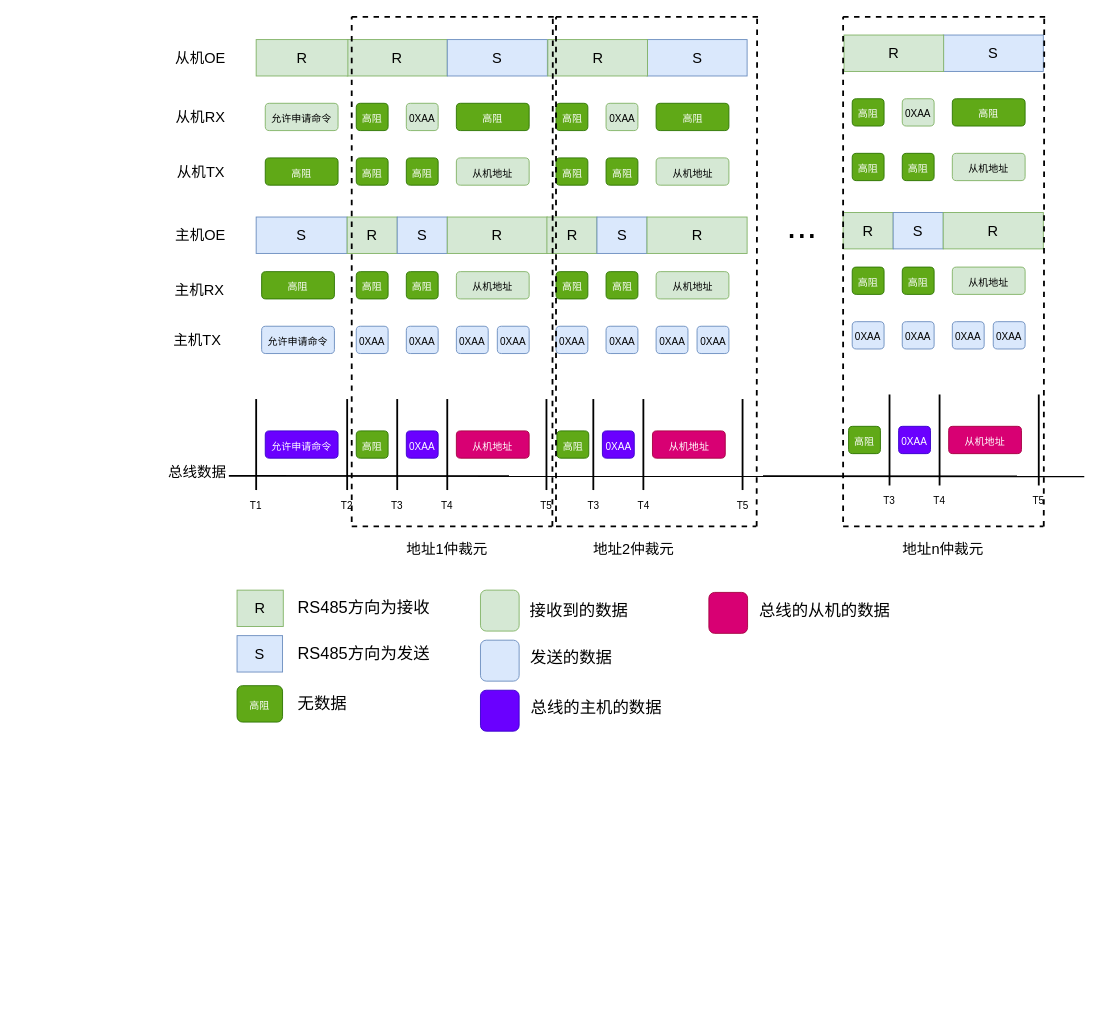
zzqpower/My-Repository keeps this draw.io diagram as Untitled Diagram.drawio. Above is the earlier version. Source tidied: cells renumbered, new cells numbered last; positions are measured from the earlier drawing's top-left corner, leaving out a move shared by most shapes. Both pictures are drawn from the tidied source at 91%, with x=0, y=0 at pixel (158, 16).
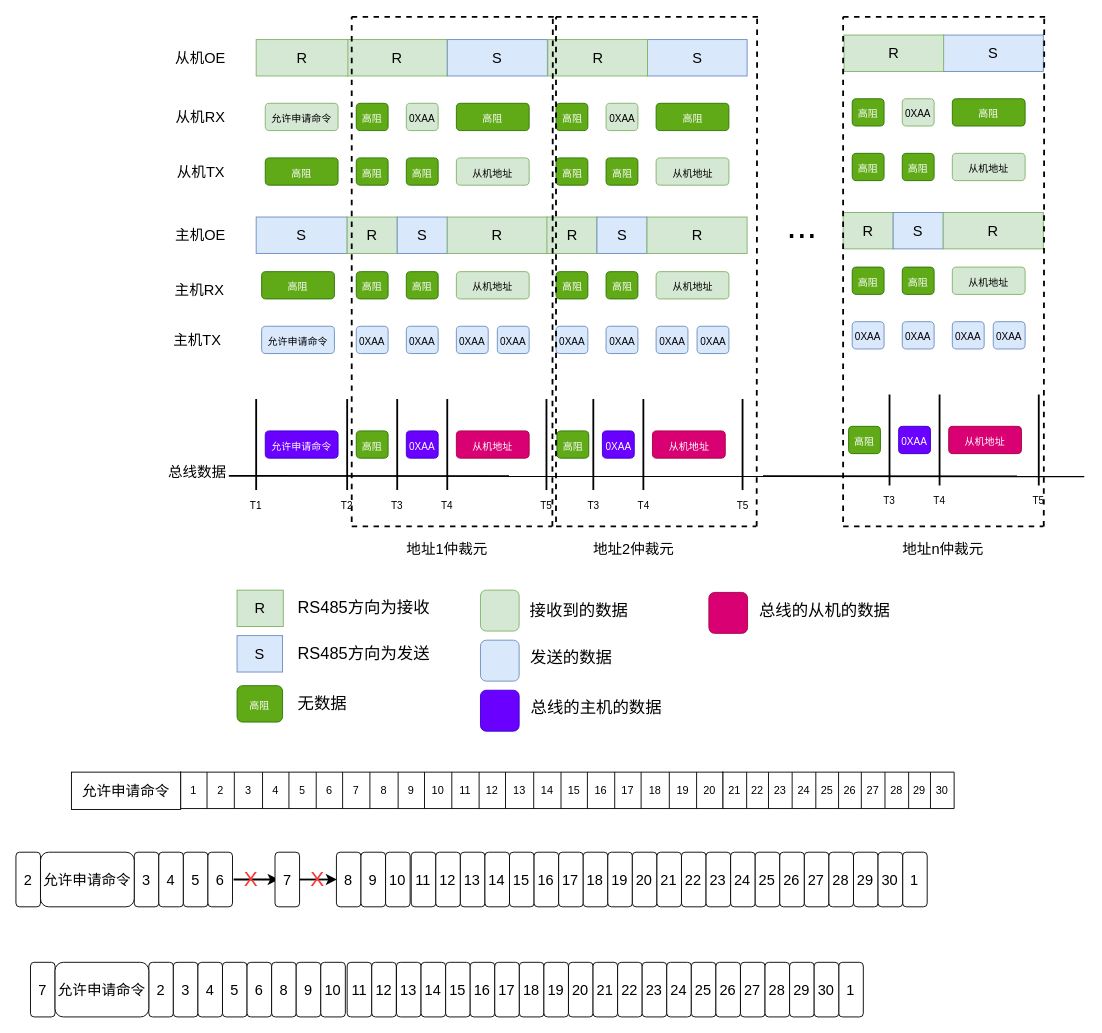
The same page after the edit.

What changed in the source:
```diff
@@
+    <mxCell id="132" value="1" style="rounded=1;whiteSpace=wrap;html=1;fontSize=16;" parent="1" vertex="1">
+      <mxGeometry x="817.4" y="918" width="27" height="60" as="geometry" />
+    </mxCell>
+    <mxCell id="133" value="2" style="rounded=1;whiteSpace=wrap;html=1;fontSize=16;" parent="1" vertex="1">
+      <mxGeometry x="-157" y="918" width="27" height="60" as="geometry" />
+    </mxCell>
+    <mxCell id="134" style="shape=table;html=1;whiteSpace=wrap;startSize=0;childLayout=tableLayout;" parent="1" vertex="1">
+      <mxGeometry x="24" y="830" width="596" height="40" as="geometry" />
+    </mxCell>
+    <mxCell id="135" style="shape=partialRectangle;html=1;whiteSpace=wrap;fillColor=none;top=0;left=0;bottom=0;right=0;" parent="134" vertex="1">
+      <mxGeometry width="596" height="40" as="geometry" />
+    </mxCell>
+    <mxCell id="136" value="1" style="shape=partialRectangle;html=1;whiteSpace=wrap;overflow=hidden;fillColor=none;top=0;left=0;bottom=0;right=0;" parent="135" vertex="1">
+      <mxGeometry width="29" height="40" as="geometry" />
+    </mxCell>
+    <mxCell id="137" value="2" style="shape=partialRectangle;html=1;whiteSpace=wrap;overflow=hidden;fillColor=none;top=0;left=0;bottom=0;right=0;" parent="135" vertex="1">
+      <mxGeometry x="29" width="30" height="40" as="geometry" />
+    </mxCell>
+    <mxCell id="138" value="3" style="shape=partialRectangle;html=1;whiteSpace=wrap;overflow=hidden;fillColor=none;top=0;left=0;bottom=0;right=0;" parent="135" vertex="1">
+      <mxGeometry x="59" width="31" height="40" as="geometry" />
+    </mxCell>
+    <mxCell id="139" value="4" style="shape=partialRectangle;html=1;whiteSpace=wrap;overflow=hidden;fillColor=none;top=0;left=0;bottom=0;right=0;" parent="135" vertex="1">
+      <mxGeometry x="90" width="29" height="40" as="geometry" />
+    </mxCell>
+    <mxCell id="140" value="5" style="shape=partialRectangle;html=1;whiteSpace=wrap;overflow=hidden;fillColor=none;top=0;left=0;bottom=0;right=0;" parent="135" vertex="1">
+      <mxGeometry x="119" width="30" height="40" as="geometry" />
+    </mxCell>
+    <mxCell id="141" value="6" style="shape=partialRectangle;html=1;whiteSpace=wrap;overflow=hidden;fillColor=none;top=0;left=0;bottom=0;right=0;" parent="135" vertex="1">
+      <mxGeometry x="149" width="29" height="40" as="geometry" />
+    </mxCell>
+    <mxCell id="142" value="7" style="shape=partialRectangle;html=1;whiteSpace=wrap;overflow=hidden;fillColor=none;top=0;left=0;bottom=0;right=0;" parent="135" vertex="1">
+      <mxGeometry x="178" width="30" height="40" as="geometry" />
+    </mxCell>
+    <mxCell id="143" value="8" style="shape=partialRectangle;html=1;whiteSpace=wrap;overflow=hidden;fillColor=none;top=0;left=0;bottom=0;right=0;" parent="135" vertex="1">
+      <mxGeometry x="208" width="31" height="40" as="geometry" />
+    </mxCell>
+    <mxCell id="144" value="9" style="shape=partialRectangle;html=1;whiteSpace=wrap;overflow=hidden;fillColor=none;top=0;left=0;bottom=0;right=0;" parent="135" vertex="1">
+      <mxGeometry x="239" width="29" height="40" as="geometry" />
+    </mxCell>
+    <mxCell id="145" value="10" style="shape=partialRectangle;html=1;whiteSpace=wrap;overflow=hidden;fillColor=none;top=0;left=0;bottom=0;right=0;" parent="135" vertex="1">
+      <mxGeometry x="268" width="30" height="40" as="geometry" />
+    </mxCell>
+    <mxCell id="146" value="11" style="shape=partialRectangle;html=1;whiteSpace=wrap;overflow=hidden;fillColor=none;top=0;left=0;bottom=0;right=0;" parent="135" vertex="1">
+      <mxGeometry x="298" width="30" height="40" as="geometry" />
+    </mxCell>
+    <mxCell id="147" value="12" style="shape=partialRectangle;html=1;whiteSpace=wrap;overflow=hidden;fillColor=none;top=0;left=0;bottom=0;right=0;" parent="135" vertex="1">
+      <mxGeometry x="328" width="29" height="40" as="geometry" />
+    </mxCell>
+    <mxCell id="148" value="13" style="shape=partialRectangle;html=1;whiteSpace=wrap;overflow=hidden;fillColor=none;top=0;left=0;bottom=0;right=0;" parent="135" vertex="1">
+      <mxGeometry x="357" width="31" height="40" as="geometry" />
+    </mxCell>
+    <mxCell id="149" value="14" style="shape=partialRectangle;html=1;whiteSpace=wrap;overflow=hidden;fillColor=none;top=0;left=0;bottom=0;right=0;" parent="135" vertex="1">
+      <mxGeometry x="388" width="30" height="40" as="geometry" />
+    </mxCell>
+    <mxCell id="150" value="15" style="shape=partialRectangle;html=1;whiteSpace=wrap;overflow=hidden;fillColor=none;top=0;left=0;bottom=0;right=0;" parent="135" vertex="1">
+      <mxGeometry x="418" width="29" height="40" as="geometry" />
+    </mxCell>
+    <mxCell id="151" value="16" style="shape=partialRectangle;html=1;whiteSpace=wrap;overflow=hidden;fillColor=none;top=0;left=0;bottom=0;right=0;" parent="135" vertex="1">
+      <mxGeometry x="447" width="30" height="40" as="geometry" />
+    </mxCell>
+    <mxCell id="152" value="17" style="shape=partialRectangle;html=1;whiteSpace=wrap;overflow=hidden;fillColor=none;top=0;left=0;bottom=0;right=0;" parent="135" vertex="1">
+      <mxGeometry x="477" width="29" height="40" as="geometry" />
+    </mxCell>
+    <mxCell id="153" value="18" style="shape=partialRectangle;html=1;whiteSpace=wrap;overflow=hidden;fillColor=none;top=0;left=0;bottom=0;right=0;" parent="135" vertex="1">
+      <mxGeometry x="506" width="31" height="40" as="geometry" />
+    </mxCell>
+    <mxCell id="154" value="19" style="shape=partialRectangle;html=1;whiteSpace=wrap;overflow=hidden;fillColor=none;top=0;left=0;bottom=0;right=0;" parent="135" vertex="1">
+      <mxGeometry x="537" width="30" height="40" as="geometry" />
+    </mxCell>
+    <mxCell id="155" value="20" style="shape=partialRectangle;html=1;whiteSpace=wrap;overflow=hidden;fillColor=none;top=0;left=0;bottom=0;right=0;" parent="135" vertex="1">
+      <mxGeometry x="567" width="29" height="40" as="geometry" />
+    </mxCell>
+    <mxCell id="156" style="shape=table;html=1;whiteSpace=wrap;startSize=0;childLayout=tableLayout;" parent="1" vertex="1">
+      <mxGeometry x="620" y="830" width="254" height="40" as="geometry" />
+    </mxCell>
+    <mxCell id="157" style="shape=partialRectangle;html=1;whiteSpace=wrap;fillColor=none;top=0;left=0;bottom=0;right=0;" parent="156" vertex="1">
+      <mxGeometry width="254" height="40" as="geometry" />
+    </mxCell>
+    <mxCell id="158" value="21" style="shape=partialRectangle;html=1;whiteSpace=wrap;overflow=hidden;fillColor=none;top=0;left=0;bottom=0;right=0;" parent="157" vertex="1">
+      <mxGeometry width="26" height="40" as="geometry" />
+    </mxCell>
+    <mxCell id="159" value="22" style="shape=partialRectangle;html=1;whiteSpace=wrap;overflow=hidden;fillColor=none;top=0;left=0;bottom=0;right=0;" parent="157" vertex="1">
+      <mxGeometry x="26" width="24" height="40" as="geometry" />
+    </mxCell>
+    <mxCell id="160" value="23" style="shape=partialRectangle;html=1;whiteSpace=wrap;overflow=hidden;fillColor=none;top=0;left=0;bottom=0;right=0;" parent="157" vertex="1">
+      <mxGeometry x="50" width="26" height="40" as="geometry" />
+    </mxCell>
+    <mxCell id="161" value="24" style="shape=partialRectangle;html=1;whiteSpace=wrap;overflow=hidden;fillColor=none;top=0;left=0;bottom=0;right=0;" parent="157" vertex="1">
+      <mxGeometry x="76" width="26" height="40" as="geometry" />
+    </mxCell>
+    <mxCell id="162" value="25" style="shape=partialRectangle;html=1;whiteSpace=wrap;overflow=hidden;fillColor=none;top=0;left=0;bottom=0;right=0;" parent="157" vertex="1">
+      <mxGeometry x="102" width="25" height="40" as="geometry" />
+    </mxCell>
+    <mxCell id="163" value="26" style="shape=partialRectangle;html=1;whiteSpace=wrap;overflow=hidden;fillColor=none;top=0;left=0;bottom=0;right=0;" parent="157" vertex="1">
+      <mxGeometry x="127" width="25" height="40" as="geometry" />
+    </mxCell>
+    <mxCell id="164" value="27" style="shape=partialRectangle;html=1;whiteSpace=wrap;overflow=hidden;fillColor=none;top=0;left=0;bottom=0;right=0;" parent="157" vertex="1">
+      <mxGeometry x="152" width="26" height="40" as="geometry" />
+    </mxCell>
+    <mxCell id="165" value="28" style="shape=partialRectangle;html=1;whiteSpace=wrap;overflow=hidden;fillColor=none;top=0;left=0;bottom=0;right=0;" parent="157" vertex="1">
+      <mxGeometry x="178" width="26" height="40" as="geometry" />
+    </mxCell>
+    <mxCell id="166" value="29" style="shape=partialRectangle;html=1;whiteSpace=wrap;overflow=hidden;fillColor=none;top=0;left=0;bottom=0;right=0;" parent="157" vertex="1">
+      <mxGeometry x="204" width="24" height="40" as="geometry" />
+    </mxCell>
+    <mxCell id="167" value="30" style="shape=partialRectangle;html=1;whiteSpace=wrap;overflow=hidden;fillColor=none;top=0;left=0;bottom=0;right=0;align=center;" parent="157" vertex="1">
+      <mxGeometry x="228" width="26" height="40" as="geometry" />
+    </mxCell>
+    <mxCell id="168" value="允许申请命令" style="rounded=0;whiteSpace=wrap;html=1;fontSize=16;" parent="1" vertex="1">
+      <mxGeometry x="-96" y="830" width="120" height="41" as="geometry" />
+    </mxCell>
+    <mxCell id="169" value="3" style="rounded=1;whiteSpace=wrap;html=1;fontSize=16;" parent="1" vertex="1">
+      <mxGeometry x="-27" y="918" width="27" height="60" as="geometry" />
+    </mxCell>
+    <mxCell id="170" value="4" style="rounded=1;whiteSpace=wrap;html=1;fontSize=16;" parent="1" vertex="1">
+      <mxGeometry y="918" width="27" height="60" as="geometry" />
+    </mxCell>
+    <mxCell id="171" value="5" style="rounded=1;whiteSpace=wrap;html=1;fontSize=16;" parent="1" vertex="1">
+      <mxGeometry x="27" y="918" width="27" height="60" as="geometry" />
+    </mxCell>
+    <mxCell id="172" style="edgeStyle=orthogonalEdgeStyle;rounded=0;jumpSize=1;orthogonalLoop=1;jettySize=auto;html=1;exitX=1;exitY=0.5;exitDx=0;exitDy=0;entryX=0;entryY=0.5;entryDx=0;entryDy=0;fontSize=16;strokeColor=#000000;strokeWidth=2;" parent="1" edge="1">
+      <mxGeometry relative="1" as="geometry">
+        <mxPoint x="82.2" y="948" as="sourcePoint" />
+        <mxPoint x="131.8" y="948" as="targetPoint" />
+      </mxGeometry>
+    </mxCell>
+    <mxCell id="173" value="6" style="rounded=1;whiteSpace=wrap;html=1;fontSize=16;" parent="1" vertex="1">
+      <mxGeometry x="54" y="918" width="27" height="60" as="geometry" />
+    </mxCell>
+    <mxCell id="174" value="7" style="rounded=1;whiteSpace=wrap;html=1;fontSize=16;" parent="1" vertex="1">
+      <mxGeometry x="127.7" y="918" width="27" height="60" as="geometry" />
+    </mxCell>
+    <mxCell id="175" value="8" style="rounded=1;whiteSpace=wrap;html=1;fontSize=16;" parent="1" vertex="1">
+      <mxGeometry x="195.2" y="918" width="27" height="60" as="geometry" />
+    </mxCell>
+    <mxCell id="176" value="9" style="rounded=1;whiteSpace=wrap;html=1;fontSize=16;" parent="1" vertex="1">
+      <mxGeometry x="222.2" y="918" width="27" height="60" as="geometry" />
+    </mxCell>
+    <mxCell id="177" value="10" style="rounded=1;whiteSpace=wrap;html=1;fontSize=16;" parent="1" vertex="1">
+      <mxGeometry x="249.2" y="918" width="27" height="60" as="geometry" />
+    </mxCell>
+    <mxCell id="178" value="11" style="rounded=1;whiteSpace=wrap;html=1;fontSize=16;" parent="1" vertex="1">
+      <mxGeometry x="277.4" y="918" width="27" height="60" as="geometry" />
+    </mxCell>
+    <mxCell id="179" value="12" style="rounded=1;whiteSpace=wrap;html=1;fontSize=16;" parent="1" vertex="1">
+      <mxGeometry x="304.4" y="918" width="27" height="60" as="geometry" />
+    </mxCell>
+    <mxCell id="180" value="13" style="rounded=1;whiteSpace=wrap;html=1;fontSize=16;" parent="1" vertex="1">
+      <mxGeometry x="331.4" y="918" width="27" height="60" as="geometry" />
+    </mxCell>
+    <mxCell id="181" value="14" style="rounded=1;whiteSpace=wrap;html=1;fontSize=16;" parent="1" vertex="1">
+      <mxGeometry x="358.4" y="918" width="27" height="60" as="geometry" />
+    </mxCell>
+    <mxCell id="182" value="15" style="rounded=1;whiteSpace=wrap;html=1;fontSize=16;" parent="1" vertex="1">
+      <mxGeometry x="385.4" y="918" width="27" height="60" as="geometry" />
+    </mxCell>
+    <mxCell id="183" value="16" style="rounded=1;whiteSpace=wrap;html=1;fontSize=16;" parent="1" vertex="1">
+      <mxGeometry x="412.4" y="918" width="27" height="60" as="geometry" />
+    </mxCell>
+    <mxCell id="184" value="17" style="rounded=1;whiteSpace=wrap;html=1;fontSize=16;" parent="1" vertex="1">
+      <mxGeometry x="439.4" y="918" width="27" height="60" as="geometry" />
+    </mxCell>
+    <mxCell id="185" value="18" style="rounded=1;whiteSpace=wrap;html=1;fontSize=16;" parent="1" vertex="1">
+      <mxGeometry x="466.4" y="918" width="27" height="60" as="geometry" />
+    </mxCell>
+    <mxCell id="186" value="19" style="rounded=1;whiteSpace=wrap;html=1;fontSize=16;" parent="1" vertex="1">
+      <mxGeometry x="493.4" y="918" width="27" height="60" as="geometry" />
+    </mxCell>
+    <mxCell id="187" value="20" style="rounded=1;whiteSpace=wrap;html=1;fontSize=16;" parent="1" vertex="1">
+      <mxGeometry x="520.4" y="918" width="27" height="60" as="geometry" />
+    </mxCell>
+    <mxCell id="188" value="21" style="rounded=1;whiteSpace=wrap;html=1;fontSize=16;" parent="1" vertex="1">
+      <mxGeometry x="547.4" y="918" width="27" height="60" as="geometry" />
+    </mxCell>
+    <mxCell id="189" value="22" style="rounded=1;whiteSpace=wrap;html=1;fontSize=16;" parent="1" vertex="1">
+      <mxGeometry x="574.4" y="918" width="27" height="60" as="geometry" />
+    </mxCell>
+    <mxCell id="190" value="23" style="rounded=1;whiteSpace=wrap;html=1;fontSize=16;" parent="1" vertex="1">
+      <mxGeometry x="601.4" y="918" width="27" height="60" as="geometry" />
+    </mxCell>
+    <mxCell id="191" value="24" style="rounded=1;whiteSpace=wrap;html=1;fontSize=16;" parent="1" vertex="1">
+      <mxGeometry x="628.4" y="918" width="27" height="60" as="geometry" />
+    </mxCell>
+    <mxCell id="192" value="25" style="rounded=1;whiteSpace=wrap;html=1;fontSize=16;" parent="1" vertex="1">
+      <mxGeometry x="655.4" y="918" width="27" height="60" as="geometry" />
+    </mxCell>
+    <mxCell id="193" value="26" style="rounded=1;whiteSpace=wrap;html=1;fontSize=16;" parent="1" vertex="1">
+      <mxGeometry x="682.4" y="918" width="27" height="60" as="geometry" />
+    </mxCell>
+    <mxCell id="194" value="27" style="rounded=1;whiteSpace=wrap;html=1;fontSize=16;" parent="1" vertex="1">
+      <mxGeometry x="709.4" y="918" width="27" height="60" as="geometry" />
+    </mxCell>
+    <mxCell id="195" value="28" style="rounded=1;whiteSpace=wrap;html=1;fontSize=16;" parent="1" vertex="1">
+      <mxGeometry x="736.4" y="918" width="27" height="60" as="geometry" />
+    </mxCell>
+    <mxCell id="196" value="29" style="rounded=1;whiteSpace=wrap;html=1;fontSize=16;" parent="1" vertex="1">
+      <mxGeometry x="763.4" y="918" width="27" height="60" as="geometry" />
+    </mxCell>
+    <mxCell id="197" value="30" style="rounded=1;whiteSpace=wrap;html=1;fontSize=16;" parent="1" vertex="1">
+      <mxGeometry x="790.4" y="918" width="27" height="60" as="geometry" />
+    </mxCell>
+    <mxCell id="198" value="允许申请命令" style="rounded=1;whiteSpace=wrap;html=1;fontSize=16;" parent="1" vertex="1">
+      <mxGeometry x="-130" y="918" width="103" height="60" as="geometry" />
+    </mxCell>
+    <mxCell id="199" style="endArrow=classic;html=1;fontSize=16;strokeColor=#000000;strokeWidth=2;exitX=1;exitY=0.5;exitDx=0;exitDy=0;entryX=0;entryY=0.5;entryDx=0;entryDy=0;" parent="1" edge="1">
+      <mxGeometry relative="1" as="geometry">
+        <mxPoint x="154.7" y="948" as="sourcePoint" />
+        <mxPoint x="195.7" y="948" as="targetPoint" />
+      </mxGeometry>
+    </mxCell>
+    <mxCell id="200" value="&lt;font style=&quot;font-size: 23px&quot; color=&quot;#ff3333&quot;&gt;X&lt;/font&gt;" style="text;html=1;align=center;verticalAlign=middle;strokeColor=none;fontSize=16;" parent="1" vertex="1">
+      <mxGeometry x="161.7" y="935.5" width="25" height="25" as="geometry" />
+    </mxCell>
+    <mxCell id="201" value="&lt;font style=&quot;font-size: 23px&quot; color=&quot;#ff3333&quot;&gt;X&lt;/font&gt;" style="text;html=1;align=center;verticalAlign=middle;strokeColor=none;fontSize=16;" parent="1" vertex="1">
+      <mxGeometry x="88.2" y="935.5" width="25" height="25" as="geometry" />
+    </mxCell>
+    <mxCell id="202" value="1" style="rounded=1;whiteSpace=wrap;html=1;fontSize=16;" parent="1" vertex="1">
+      <mxGeometry x="747.2" y="1039" width="27" height="60" as="geometry" />
+    </mxCell>
+    <mxCell id="203" value="2" style="rounded=1;whiteSpace=wrap;html=1;fontSize=16;" parent="1" vertex="1">
+      <mxGeometry x="-11" y="1039" width="27" height="60" as="geometry" />
+    </mxCell>
+    <mxCell id="204" value="3" style="rounded=1;whiteSpace=wrap;html=1;fontSize=16;" parent="1" vertex="1">
+      <mxGeometry x="16" y="1039" width="27" height="60" as="geometry" />
+    </mxCell>
+    <mxCell id="205" value="4" style="rounded=1;whiteSpace=wrap;html=1;fontSize=16;" parent="1" vertex="1">
+      <mxGeometry x="43" y="1039" width="27" height="60" as="geometry" />
+    </mxCell>
+    <mxCell id="206" value="5" style="rounded=1;whiteSpace=wrap;html=1;fontSize=16;" parent="1" vertex="1">
+      <mxGeometry x="70" y="1039" width="27" height="60" as="geometry" />
+    </mxCell>
+    <mxCell id="207" value="6" style="rounded=1;whiteSpace=wrap;html=1;fontSize=16;" parent="1" vertex="1">
+      <mxGeometry x="97" y="1039" width="27" height="60" as="geometry" />
+    </mxCell>
+    <mxCell id="208" value="7" style="rounded=1;whiteSpace=wrap;html=1;fontSize=16;" parent="1" vertex="1">
+      <mxGeometry x="-141" y="1039" width="27" height="60" as="geometry" />
+    </mxCell>
+    <mxCell id="209" value="8" style="rounded=1;whiteSpace=wrap;html=1;fontSize=16;" parent="1" vertex="1">
+      <mxGeometry x="124" y="1039" width="27" height="60" as="geometry" />
+    </mxCell>
+    <mxCell id="210" value="9" style="rounded=1;whiteSpace=wrap;html=1;fontSize=16;" parent="1" vertex="1">
+      <mxGeometry x="151" y="1039" width="27" height="60" as="geometry" />
+    </mxCell>
+    <mxCell id="211" value="10" style="rounded=1;whiteSpace=wrap;html=1;fontSize=16;" parent="1" vertex="1">
+      <mxGeometry x="178" y="1039" width="27" height="60" as="geometry" />
+    </mxCell>
+    <mxCell id="212" value="11" style="rounded=1;whiteSpace=wrap;html=1;fontSize=16;" parent="1" vertex="1">
+      <mxGeometry x="207" y="1039" width="27" height="60" as="geometry" />
+    </mxCell>
+    <mxCell id="213" value="12" style="rounded=1;whiteSpace=wrap;html=1;fontSize=16;" parent="1" vertex="1">
+      <mxGeometry x="234" y="1039" width="27" height="60" as="geometry" />
+    </mxCell>
+    <mxCell id="214" value="13" style="rounded=1;whiteSpace=wrap;html=1;fontSize=16;" parent="1" vertex="1">
+      <mxGeometry x="261.2" y="1039" width="27" height="60" as="geometry" />
+    </mxCell>
+    <mxCell id="215" value="14" style="rounded=1;whiteSpace=wrap;html=1;fontSize=16;" parent="1" vertex="1">
+      <mxGeometry x="288.2" y="1039" width="27" height="60" as="geometry" />
+    </mxCell>
+    <mxCell id="216" value="15" style="rounded=1;whiteSpace=wrap;html=1;fontSize=16;" parent="1" vertex="1">
+      <mxGeometry x="315.2" y="1039" width="27" height="60" as="geometry" />
+    </mxCell>
+    <mxCell id="217" value="16" style="rounded=1;whiteSpace=wrap;html=1;fontSize=16;" parent="1" vertex="1">
+      <mxGeometry x="342.2" y="1039" width="27" height="60" as="geometry" />
+    </mxCell>
+    <mxCell id="218" value="17" style="rounded=1;whiteSpace=wrap;html=1;fontSize=16;" parent="1" vertex="1">
+      <mxGeometry x="369.2" y="1039" width="27" height="60" as="geometry" />
+    </mxCell>
+    <mxCell id="219" value="18" style="rounded=1;whiteSpace=wrap;html=1;fontSize=16;" parent="1" vertex="1">
+      <mxGeometry x="396.2" y="1039" width="27" height="60" as="geometry" />
+    </mxCell>
+    <mxCell id="220" value="19" style="rounded=1;whiteSpace=wrap;html=1;fontSize=16;" parent="1" vertex="1">
+      <mxGeometry x="423.2" y="1039" width="27" height="60" as="geometry" />
+    </mxCell>
+    <mxCell id="221" value="20" style="rounded=1;whiteSpace=wrap;html=1;fontSize=16;" parent="1" vertex="1">
+      <mxGeometry x="450.2" y="1039" width="27" height="60" as="geometry" />
+    </mxCell>
+    <mxCell id="222" value="21" style="rounded=1;whiteSpace=wrap;html=1;fontSize=16;" parent="1" vertex="1">
+      <mxGeometry x="477.2" y="1039" width="27" height="60" as="geometry" />
+    </mxCell>
+    <mxCell id="223" value="22" style="rounded=1;whiteSpace=wrap;html=1;fontSize=16;" parent="1" vertex="1">
+      <mxGeometry x="504.2" y="1039" width="27" height="60" as="geometry" />
+    </mxCell>
+    <mxCell id="224" value="23" style="rounded=1;whiteSpace=wrap;html=1;fontSize=16;" parent="1" vertex="1">
+      <mxGeometry x="531.2" y="1039" width="27" height="60" as="geometry" />
+    </mxCell>
+    <mxCell id="225" value="24" style="rounded=1;whiteSpace=wrap;html=1;fontSize=16;" parent="1" vertex="1">
+      <mxGeometry x="558.2" y="1039" width="27" height="60" as="geometry" />
+    </mxCell>
+    <mxCell id="226" value="25" style="rounded=1;whiteSpace=wrap;html=1;fontSize=16;" parent="1" vertex="1">
+      <mxGeometry x="585.2" y="1039" width="27" height="60" as="geometry" />
+    </mxCell>
+    <mxCell id="227" value="26" style="rounded=1;whiteSpace=wrap;html=1;fontSize=16;" parent="1" vertex="1">
+      <mxGeometry x="612.2" y="1039" width="27" height="60" as="geometry" />
+    </mxCell>
+    <mxCell id="228" value="27" style="rounded=1;whiteSpace=wrap;html=1;fontSize=16;" parent="1" vertex="1">
+      <mxGeometry x="639.2" y="1039" width="27" height="60" as="geometry" />
+    </mxCell>
+    <mxCell id="229" value="28" style="rounded=1;whiteSpace=wrap;html=1;fontSize=16;" parent="1" vertex="1">
+      <mxGeometry x="666.2" y="1039" width="27" height="60" as="geometry" />
+    </mxCell>
+    <mxCell id="230" value="29" style="rounded=1;whiteSpace=wrap;html=1;fontSize=16;" parent="1" vertex="1">
+      <mxGeometry x="693.2" y="1039" width="27" height="60" as="geometry" />
+    </mxCell>
+    <mxCell id="231" value="30" style="rounded=1;whiteSpace=wrap;html=1;fontSize=16;" parent="1" vertex="1">
+      <mxGeometry x="720.2" y="1039" width="27" height="60" as="geometry" />
+    </mxCell>
+    <mxCell id="232" value="允许申请命令" style="rounded=1;whiteSpace=wrap;html=1;fontSize=16;" parent="1" vertex="1">
+      <mxGeometry x="-114" y="1039" width="103" height="60" as="geometry" />
+    </mxCell>
```
